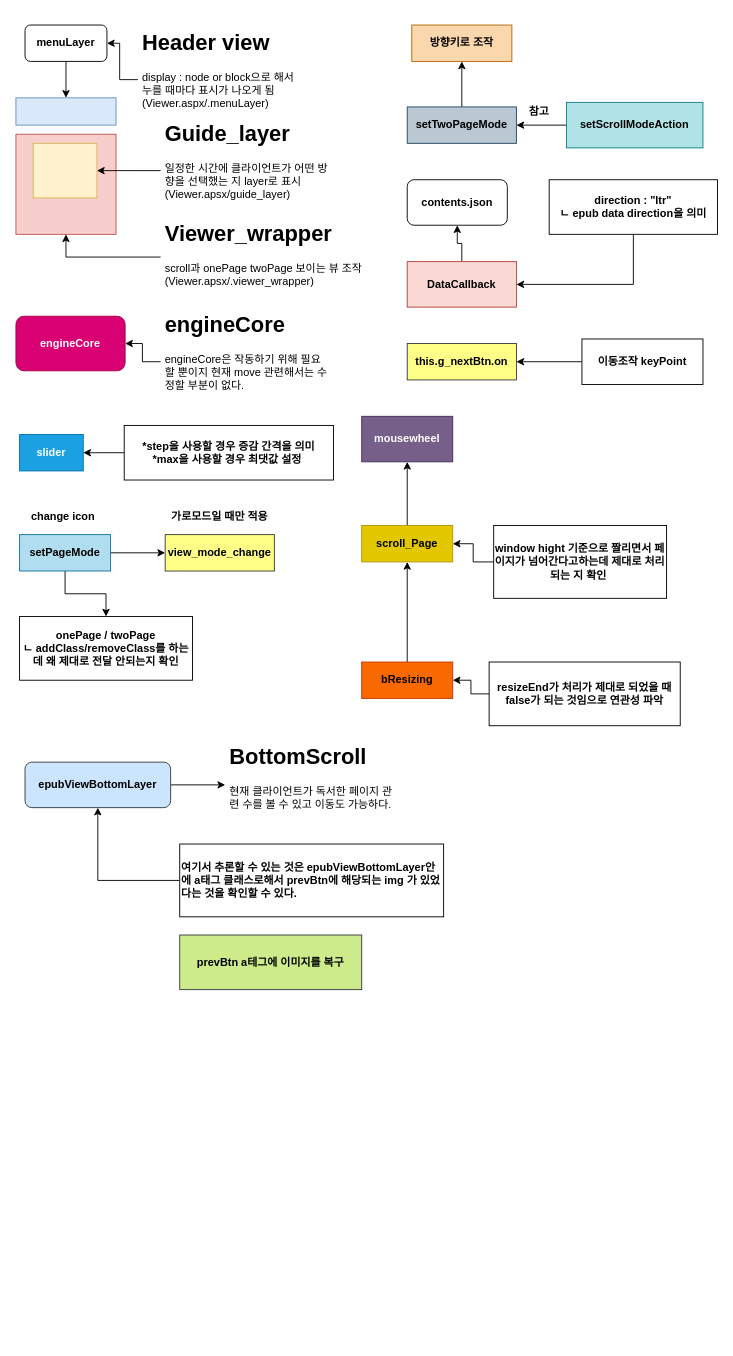
junhee916/basic_Modify keeps this draw.io diagram as Untitled Diagram.drawio. Above is the earlier version. Source tidied: cells renumbered, new cells numbered last; positions are measured from the earlier drawing's top-left corner, leaving out a move shared by most shapes. Both pictures are drawn from the tidied source at 91%, with x=0, y=0 at pixel (15, 25).
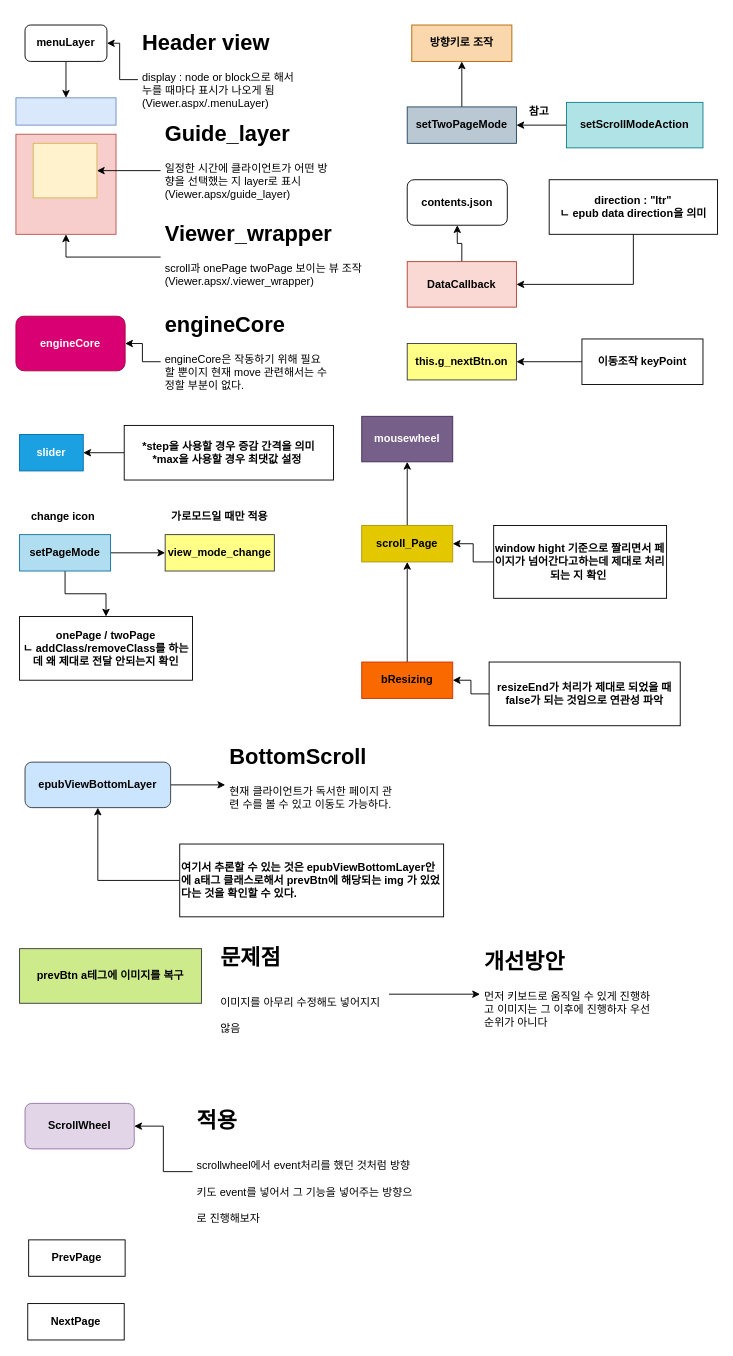
Above is the later version.

Diff of the diagram source:
```diff
@@
     <mxCell id="54" value="&lt;b&gt;prevBtn a테그에 이미지를 복구&lt;/b&gt;" style="rounded=0;whiteSpace=wrap;html=1;fillColor=#cdeb8b;strokeColor=#36393d;" parent="1" vertex="1">
-      <mxGeometry x="180" y="1000" width="200" height="60" as="geometry" />
+      <mxGeometry x="4" y="1015" width="200" height="60" as="geometry" />
     </mxCell>
+    <mxCell id="55" style="edgeStyle=orthogonalEdgeStyle;rounded=0;jettySize=auto;html=1;entryX=0;entryY=0.5;entryDx=0;entryDy=0;" parent="1" edge="1" source="56" target="57">
+      <mxGeometry relative="1" as="geometry" />
+    </mxCell>
+    <mxCell id="56" value="&lt;h1&gt;&lt;span&gt;문제점&lt;/span&gt;&lt;/h1&gt;&lt;h1&gt;&lt;span style=&quot;font-size: 12px ; font-weight: 400&quot;&gt;이미지를 아무리 수정해도 넣어지지 않음&amp;nbsp;&lt;/span&gt;&lt;/h1&gt;" style="text;html=1;strokeColor=none;fillColor=none;spacing=5;spacingTop=-20;whiteSpace=wrap;overflow=hidden;rounded=0;" parent="1" vertex="1">
+      <mxGeometry x="220" y="1005" width="190" height="120" as="geometry" />
+    </mxCell>
+    <mxCell id="57" value="&lt;h1&gt;개선방안&lt;/h1&gt;&lt;p&gt;먼저 키보드로 움직일 수 있게 진행하고 이미지는 그 이후에 진행하자 우선순위가 아니다&lt;/p&gt;" style="text;html=1;strokeColor=none;fillColor=none;spacing=5;spacingTop=-20;whiteSpace=wrap;overflow=hidden;rounded=0;" parent="1" vertex="1">
+      <mxGeometry x="510" y="1010" width="195" height="110" as="geometry" />
+    </mxCell>
+    <mxCell id="58" value="&lt;b&gt;ScrollWheel&lt;/b&gt;" style="rounded=1;whiteSpace=wrap;html=1;fillColor=#e1d5e7;strokeColor=#9673a6;" parent="1" vertex="1">
+      <mxGeometry x="10" y="1185" width="120" height="50" as="geometry" />
+    </mxCell>
+    <mxCell id="59" style="edgeStyle=orthogonalEdgeStyle;rounded=0;jettySize=auto;html=1;entryX=1;entryY=0.5;entryDx=0;entryDy=0;" parent="1" edge="1" source="60" target="58">
+      <mxGeometry relative="1" as="geometry" />
+    </mxCell>
+    <mxCell id="60" value="&lt;h1&gt;&lt;span&gt;적용&lt;/span&gt;&lt;/h1&gt;&lt;h1&gt;&lt;span style=&quot;font-size: 12px ; font-weight: 400&quot;&gt;scrollwheel에서 event처리를 했던 것처럼 방향키도 event를 넣어서 그 기능을 넣어주는 방향으로 진행해보자&amp;nbsp;&lt;/span&gt;&lt;/h1&gt;" style="text;html=1;strokeColor=none;fillColor=none;spacing=5;spacingTop=-20;whiteSpace=wrap;overflow=hidden;rounded=0;" parent="1" vertex="1">
+      <mxGeometry x="194" y="1185" width="246" height="150" as="geometry" />
+    </mxCell>
+    <mxCell id="61" value="&lt;b&gt;PrevPage&lt;/b&gt;" style="rounded=0;whiteSpace=wrap;html=1;" parent="1" vertex="1">
+      <mxGeometry x="14" y="1335" width="106" height="40" as="geometry" />
+    </mxCell>
+    <mxCell id="62" value="&lt;b&gt;NextPage&lt;/b&gt;" style="rounded=0;whiteSpace=wrap;html=1;" parent="1" vertex="1">
+      <mxGeometry x="13" y="1405" width="106" height="40" as="geometry" />
+    </mxCell>
```
